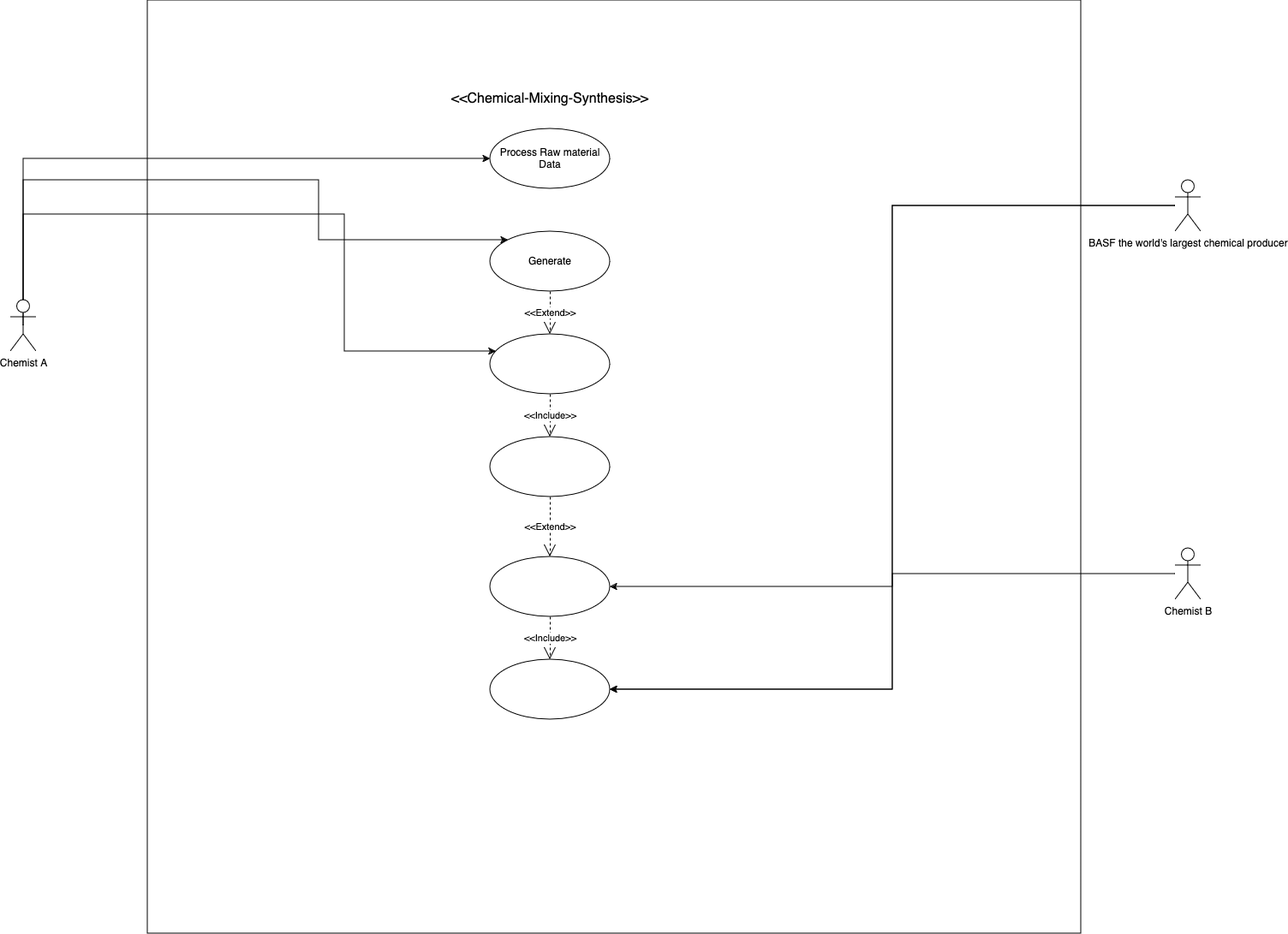
This is use-case.png from a-l-a-z-a-r/Chemical-Mixing-Data-Synthesis, a draw.io export, as it was before one commit. Source tidied: cells renumbered, new cells last; positions are measured from the earlier drawing's top-left corner, leaving out a move shared by most shapes.
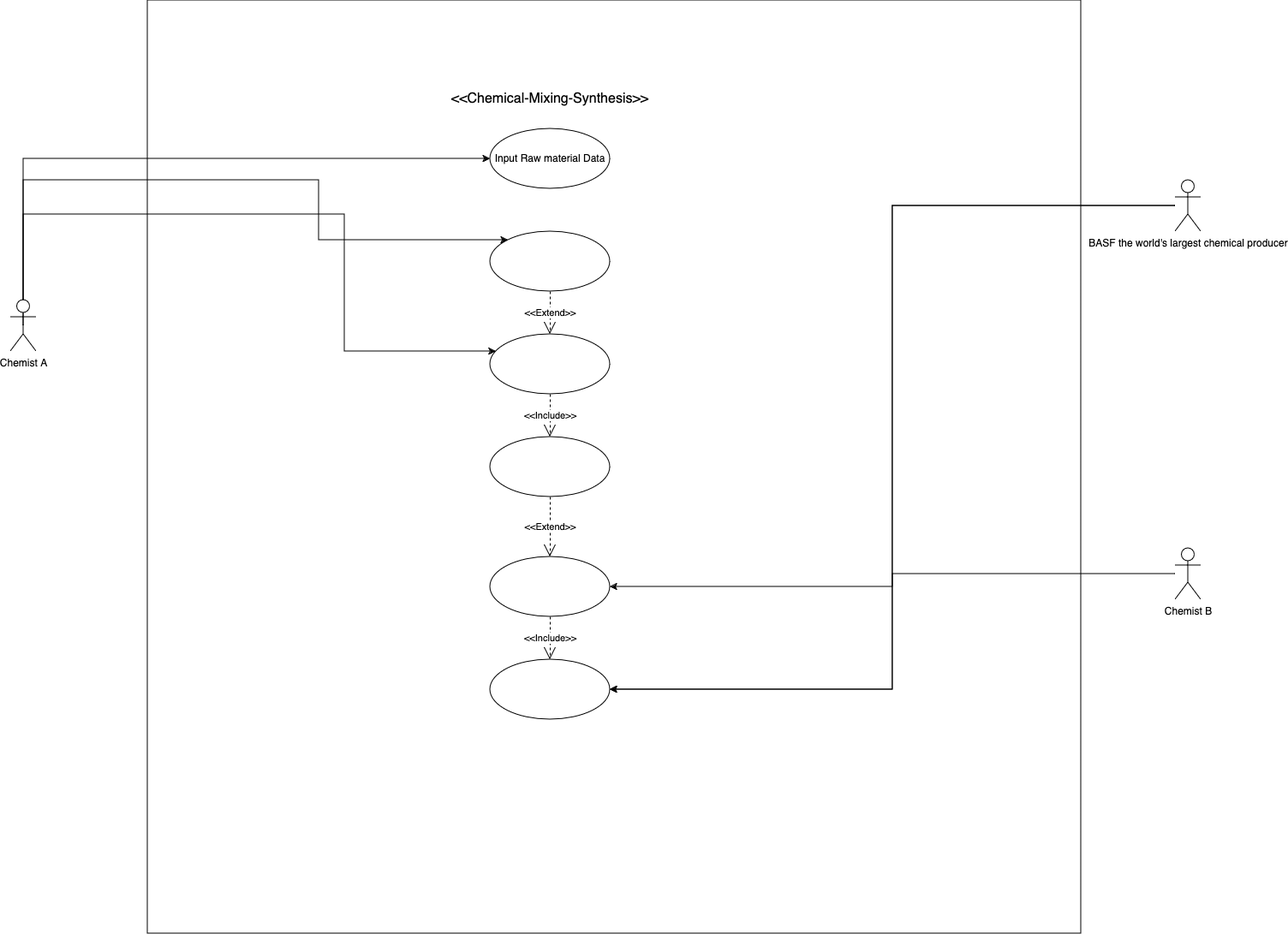
The same file after the commit.

Diff of the diagram source:
```diff
@@ -42,10 +42,10 @@
     <mxCell id="9" value="BASF the world's largest chemical producer" style="shape=umlActor;verticalLabelPosition=bottom;verticalAlign=top;html=1;outlineConnect=0;labelBackgroundColor=none;" parent="1" vertex="1">
       <mxGeometry x="1360" y="210" width="30" height="60" as="geometry" />
     </mxCell>
-    <mxCell id="10" value="Process Raw material Data " style="ellipse;whiteSpace=wrap;html=1;labelBackgroundColor=none;" parent="1" vertex="1">
+    <mxCell id="10" value="Input Raw material Data " style="ellipse;whiteSpace=wrap;html=1;labelBackgroundColor=none;" parent="1" vertex="1">
       <mxGeometry x="560" y="150" width="140" height="70" as="geometry" />
     </mxCell>
-    <mxCell id="11" value="Generate " style="ellipse;whiteSpace=wrap;html=1;labelBackgroundColor=none;" parent="1" vertex="1">
+    <mxCell id="11" style="ellipse;whiteSpace=wrap;html=1;labelBackgroundColor=none;" parent="1" vertex="1">
       <mxGeometry x="560" y="270" width="140" height="70" as="geometry" />
     </mxCell>
     <mxCell id="12" style="ellipse;whiteSpace=wrap;html=1;" parent="1" vertex="1">
```
